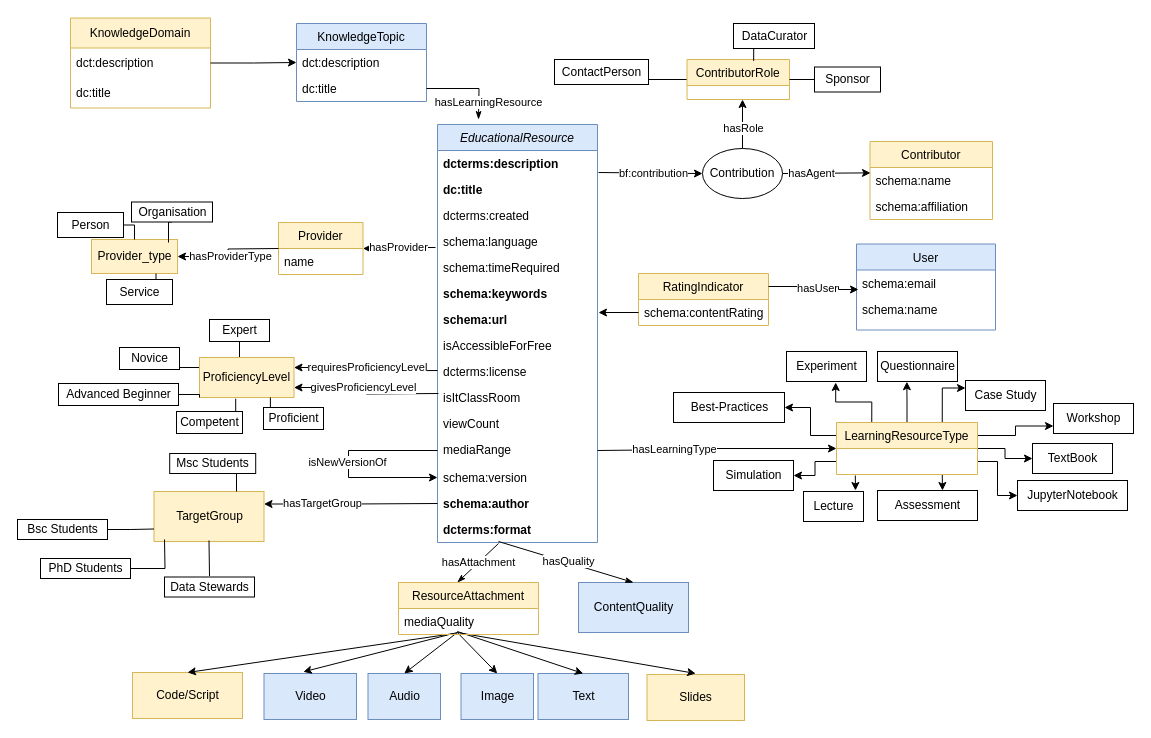
Above: visualisations/Educational_Pattern24.drawio in data-literacy-alliance/dalia-ontology (draw.io), before the change. Source tidied: cells renumbered, new cells numbered last; positions are measured from the earlier drawing's top-left corner, leaving out a move shared by most shapes. Both pictures are drawn from the tidied source at 100%, with x=0, y=0 at pixel (17, 17).
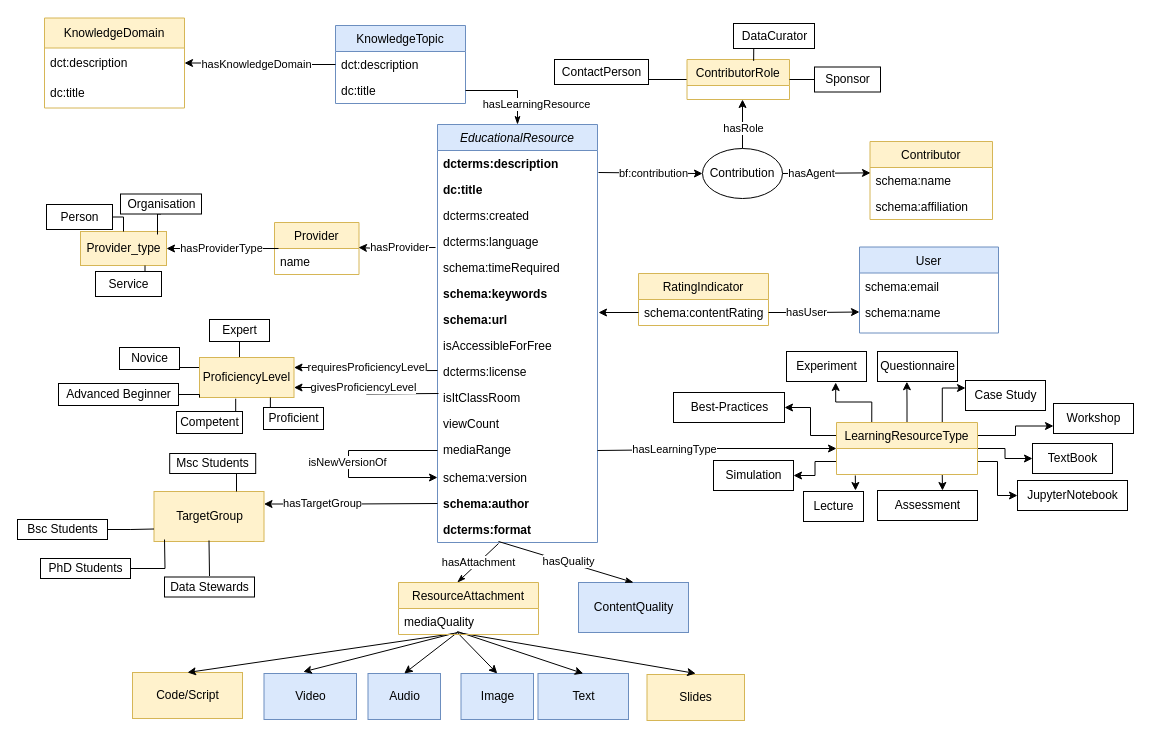
The same page after the edit.

The change refers to these unchanged cells:
```xml
<mxCell id="4" value="schema:name" style="text;align=left;verticalAlign=top;spacingLeft=4;spacingRight=4;overflow=hidden;points=[[0,0.5],[1,0.5]];portConstraint=eastwest;rounded=0;shadow=0;html=0;" parent="2" vertex="1">
  <mxGeometry y="52" width="139" height="26" as="geometry" />
</mxCell>
<mxCell id="5" value="EducationalResource" style="swimlane;fontStyle=2;align=center;verticalAlign=top;horizontal=1;startSize=26;rounded=0;shadow=0;strokeWidth=1;fillColor=#dae8fc;strokeColor=#6c8ebf;" parent="1" vertex="1">
  <mxGeometry x="420" y="107" width="160" height="418" as="geometry" />
</mxCell>
<mxCell id="38" value="dct:description" style="text;strokeColor=none;fillColor=none;align=left;verticalAlign=top;spacingLeft=4;spacingRight=4;overflow=hidden;points=[[0,0.5],[1,0.5]];portConstraint=eastwest;" parent="37" vertex="1">
  <mxGeometry y="26" width="130" height="26" as="geometry" />
</mxCell>
<mxCell id="39" value="dc:title" style="text;strokeColor=none;fillColor=none;align=left;verticalAlign=top;spacingLeft=4;spacingRight=4;overflow=hidden;points=[[0,0.5],[1,0.5]];portConstraint=eastwest;" parent="37" vertex="1">
  <mxGeometry y="52" width="130" height="26" as="geometry" />
</mxCell>
<mxCell id="53" value="schema:contentRating" style="text;strokeColor=none;fillColor=none;align=left;verticalAlign=top;spacingLeft=4;spacingRight=4;overflow=hidden;points=[[0,0.5],[1,0.5]];portConstraint=eastwest;" parent="52" vertex="1">
  <mxGeometry y="26" width="130" height="26" as="geometry" />
</mxCell>
<mxCell id="93" value="dct:description" style="text;strokeColor=none;fillColor=none;align=left;verticalAlign=middle;spacingLeft=4;spacingRight=4;overflow=hidden;points=[[0,0.5],[1,0.5]];portConstraint=eastwest;whiteSpace=wrap;html=1;" parent="92" vertex="1">
  <mxGeometry y="30" width="140" height="30" as="geometry" />
</mxCell>
```

Diff of the diagram source:
```diff
@@
     <mxCell id="2" value="User" style="swimlane;fontStyle=0;align=center;verticalAlign=top;horizontal=1;startSize=26;rounded=0;shadow=0;strokeWidth=1;fillColor=#dae8fc;strokeColor=#6c8ebf;" parent="1" vertex="1">
-      <mxGeometry x="839" y="226.5" width="139" height="86" as="geometry" />
+      <mxGeometry x="842" y="229.5" width="139" height="86" as="geometry" />
     </mxCell>
@@
-    <mxCell id="9" value="schema:language" style="text;align=left;verticalAlign=top;spacingLeft=4;spacingRight=4;overflow=hidden;rounded=0;shadow=0;html=0;" parent="5" vertex="1">
+    <mxCell id="9" value="dcterms:language" style="text;align=left;verticalAlign=top;spacingLeft=4;spacingRight=4;overflow=hidden;rounded=0;shadow=0;html=0;" parent="5" vertex="1">
       <mxGeometry y="104" width="160" height="26" as="geometry" />
     </mxCell>
@@
     <mxCell id="37" value="KnowledgeTopic" style="swimlane;fontStyle=0;horizontal=1;startSize=26;fillColor=#dae8fc;strokeColor=#6c8ebf;" parent="1" vertex="1">
-      <mxGeometry x="279" y="6" width="130" height="78" as="geometry" />
+      <mxGeometry x="318" y="8" width="130" height="78" as="geometry" />
     </mxCell>
@@
-    <mxCell id="42" style="edgeStyle=orthogonalEdgeStyle;rounded=0;jettySize=auto;html=1;exitX=1;exitY=0.5;exitDx=0;exitDy=0;endArrow=classicThin;endFill=1;endSize=6;" parent="1" edge="1" source="39">
-      <mxGeometry relative="1" as="geometry">
-        <mxPoint x="461" y="102" as="targetPoint" />
-      </mxGeometry>
+    <mxCell id="42" style="edgeStyle=orthogonalEdgeStyle;rounded=0;jettySize=auto;html=1;exitX=1;exitY=0.5;exitDx=0;exitDy=0;endArrow=classicThin;endFill=1;endSize=6;entryX=0.5;entryY=0;entryDx=0;entryDy=0;" parent="1" edge="1" source="39" target="5">
+      <mxGeometry relative="1" as="geometry" />
     </mxCell>
     <mxCell id="43" value="hasLearningResource" style="edgeLabel;html=1;align=center;verticalAlign=middle;" parent="42" vertex="1">
       <mxGeometry x="-0.09" relative="1" as="geometry">
-        <mxPoint x="23" y="13" as="offset" />
+        <mxPoint x="31" y="13" as="offset" />
       </mxGeometry>
     </mxCell>
     <mxCell id="44" value="Provider" style="swimlane;fontStyle=0;horizontal=1;startSize=26;fillColor=#fff2cc;strokeColor=#d6b656;" parent="1" vertex="1">
-      <mxGeometry x="261" y="205" width="84.5" height="52" as="geometry" />
+      <mxGeometry x="257" y="205" width="84.5" height="52" as="geometry" />
     </mxCell>
@@
-    <mxCell id="48" style="edgeStyle=orthogonalEdgeStyle;rounded=0;orthogonalLoop=1;jettySize=auto;html=1;exitX=1;exitY=0.5;exitDx=0;exitDy=0;startArrow=classic;startFill=1;endArrow=none;endFill=0;" parent="1" edge="1">
+    <mxCell id="48" style="edgeStyle=orthogonalEdgeStyle;rounded=0;jettySize=auto;html=1;exitX=0.994;exitY=0.481;exitDx=0;exitDy=0;startArrow=classic;startFill=1;endArrow=none;endFill=0;exitPerimeter=0;" parent="1" edge="1" source="44">
       <mxGeometry relative="1" as="geometry">
-        <mxPoint x="345.5" y="231" as="sourcePoint" />
         <mxPoint x="418" y="230" as="targetPoint" />
         <Array as="points">
           <mxPoint x="361" y="231" />
           <mxPoint x="361" y="230" />
         </Array>
       </mxGeometry>
     </mxCell>
     <mxCell id="49" value="hasProvider" style="edgeLabel;html=1;align=center;verticalAlign=middle;" parent="48" vertex="1">
-      <mxGeometry x="-0.02" y="1" relative="1" as="geometry" />
+      <mxGeometry x="-0.02" y="1" relative="1" as="geometry">
+        <mxPoint x="4" as="offset" />
+      </mxGeometry>
     </mxCell>
@@
     <mxCell id="76" value="Provider_type" style="html=1;fillColor=#fff2cc;strokeColor=#d6b656;" parent="1" vertex="1">
-      <mxGeometry x="74" y="222" width="86" height="34" as="geometry" />
+      <mxGeometry x="63" y="214" width="86" height="34" as="geometry" />
     </mxCell>
     <mxCell id="77" style="edgeStyle=orthogonalEdgeStyle;rounded=0;jettySize=auto;html=1;exitX=0.5;exitY=1;exitDx=0;exitDy=0;endArrow=none;endFill=0;" parent="1" edge="1" source="78">
       <mxGeometry relative="1" as="geometry">
-        <mxPoint x="151" y="225" as="targetPoint" />
+        <mxPoint x="140" y="217" as="targetPoint" />
       </mxGeometry>
     </mxCell>
     <mxCell id="78" value="Organisation" style="html=1;" parent="1" vertex="1">
-      <mxGeometry x="114" y="184.5" width="81" height="20" as="geometry" />
+      <mxGeometry x="103" y="176.5" width="81" height="20" as="geometry" />
     </mxCell>
@@
     <mxCell id="80" value="Person" style="html=1;" parent="1" vertex="1">
-      <mxGeometry x="40" y="195" width="66" height="25" as="geometry" />
+      <mxGeometry x="29" y="187" width="66" height="25" as="geometry" />
     </mxCell>
@@
     <mxCell id="82" value="Service" style="html=1;" parent="1" vertex="1">
-      <mxGeometry x="89" y="262" width="66" height="25" as="geometry" />
+      <mxGeometry x="78" y="254" width="66" height="25" as="geometry" />
     </mxCell>
@@
-    <mxCell id="90" style="edgeStyle=orthogonalEdgeStyle;rounded=0;jumpStyle=arc;orthogonalLoop=1;jettySize=auto;html=1;exitX=1;exitY=0.25;exitDx=0;exitDy=0;" parent="1" edge="1">
-      <mxGeometry relative="1" as="geometry">
-        <mxPoint x="751" y="269" as="sourcePoint" />
-        <mxPoint x="841" y="272" as="targetPoint" />
-        <Array as="points">
-          <mxPoint x="821" y="269" />
-          <mxPoint x="821" y="272" />
-        </Array>
-      </mxGeometry>
-    </mxCell>
-    <mxCell id="91" value="hasUser" style="edgeLabel;html=1;align=center;verticalAlign=middle;" parent="90" vertex="1">
-      <mxGeometry x="0.04" y="-1" relative="1" as="geometry" />
-    </mxCell>
     <mxCell id="92" value="KnowledgeDomain" style="swimlane;fontStyle=0;horizontal=1;startSize=30;whiteSpace=wrap;html=1;fillColor=#fff2cc;strokeColor=#d6b656;" parent="1" vertex="1">
-      <mxGeometry x="53" y="0.5" width="140" height="90" as="geometry" />
+      <mxGeometry x="27" y="0.5" width="140" height="90" as="geometry" />
     </mxCell>
@@
-    <mxCell id="129" style="edgeStyle=orthogonalEdgeStyle;rounded=0;jettySize=auto;html=1;exitX=1;exitY=0.5;exitDx=0;exitDy=0;entryX=0;entryY=0.5;entryDx=0;entryDy=0;" parent="1" edge="1" source="93" target="38">
+    <mxCell id="129" style="edgeStyle=orthogonalEdgeStyle;rounded=0;jettySize=auto;html=1;exitX=1;exitY=0.5;exitDx=0;exitDy=0;entryX=0;entryY=0.5;entryDx=0;entryDy=0;endArrow=none;endFill=0;startArrow=classic;startFill=1;" parent="1" edge="1" source="93" target="38">
       <mxGeometry relative="1" as="geometry" />
     </mxCell>
+    <mxCell id="133" value="hasKnowledgeDomain" style="edgeLabel;html=1;align=center;verticalAlign=middle;" parent="129" vertex="1">
+      <mxGeometry x="-0.33" relative="1" as="geometry">
+        <mxPoint x="20" y="1" as="offset" />
+      </mxGeometry>
+    </mxCell>
@@
+    <mxCell id="134" style="edgeStyle=orthogonalEdgeStyle;rounded=0;jettySize=auto;html=1;exitX=1;exitY=0.5;exitDx=0;exitDy=0;" parent="1" edge="1" source="53" target="4">
+      <mxGeometry relative="1" as="geometry" />
+    </mxCell>
+    <mxCell id="91" value="hasUser" style="edgeLabel;html=1;align=center;verticalAlign=middle;" parent="134" vertex="1">
+      <mxGeometry x="-0.2" y="1" relative="1" as="geometry" />
+    </mxCell>
```
